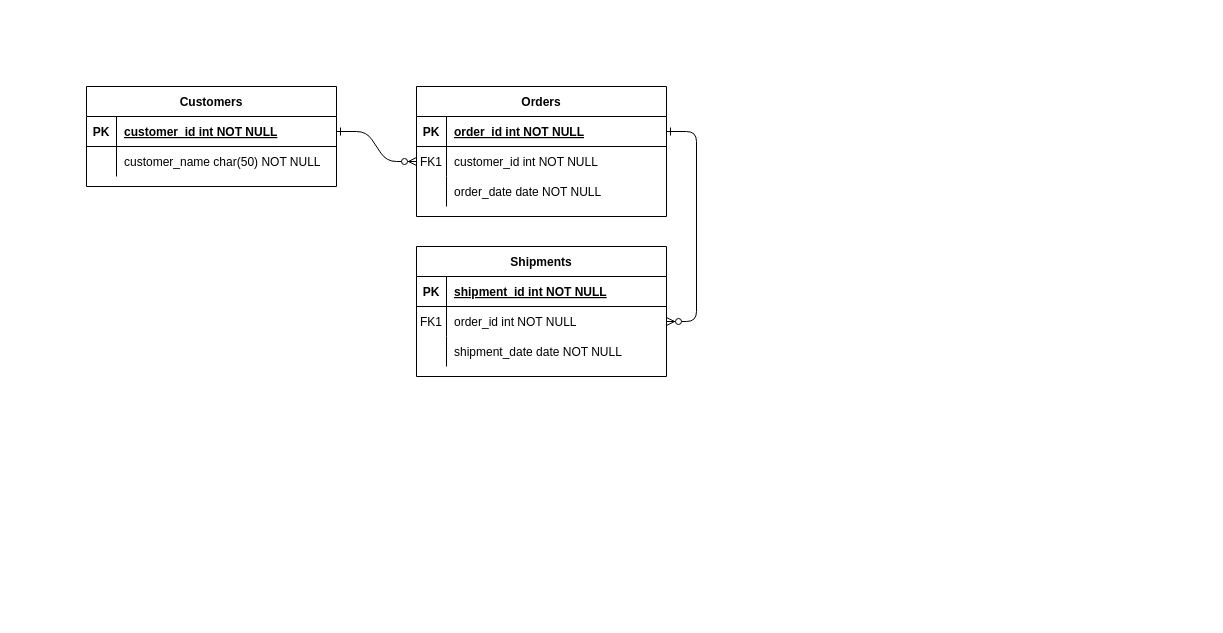
Above: er-diagram.drawio in shobhitchittora/habit-tracker (draw.io), before the change. Source tidied: cells renumbered, new cells numbered last; positions are measured from the earlier drawing's top-left corner, leaving out a move shared by most shapes. Both pictures are drawn from the tidied source at 100%, with x=0, y=0 at pixel (86, 86).
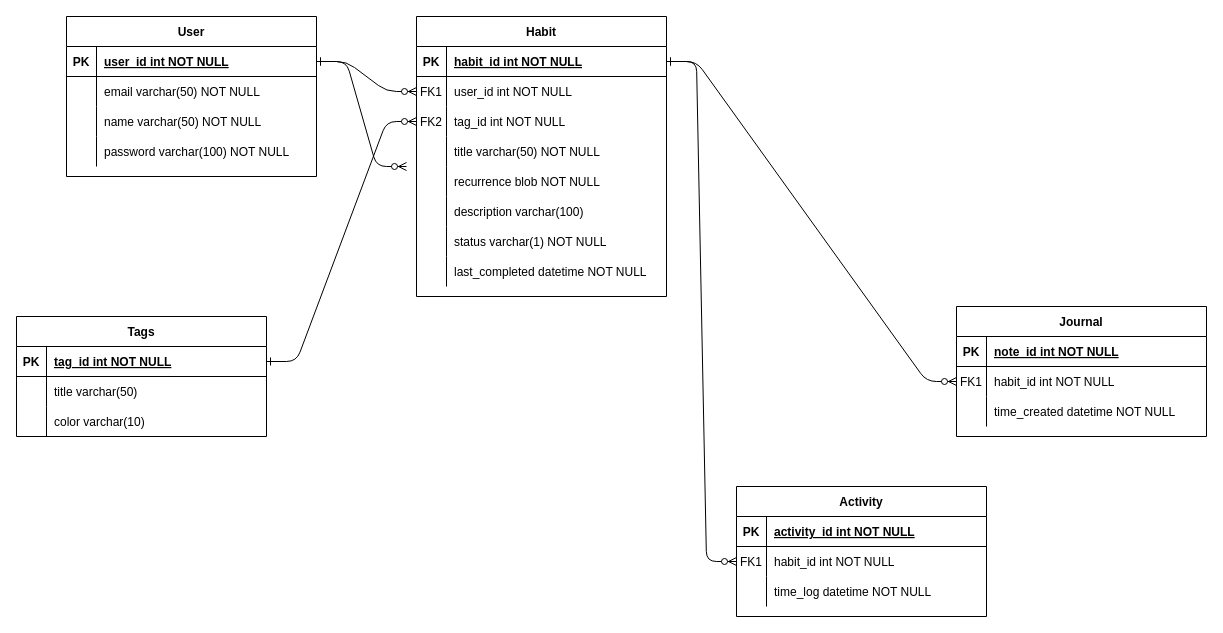
The same diagram, later.

The change refers to these unchanged cells:
```xml
<mxCell id="5" style="shape=partialRectangle;fillColor=none;points=[[0,0.5],[1,0.5]];portConstraint=eastwest;top=0;left=0;right=0;bottom=1;" parent="4" vertex="1">
  <mxGeometry y="30" width="250" height="30" as="geometry" />
</mxCell>
<mxCell id="15" style="shape=partialRectangle;fillColor=none;top=0;left=0;right=0;bottom=1;" parent="14" vertex="1">
  <mxGeometry y="30" width="250" height="30" as="geometry" />
</mxCell>
<mxCell id="18" style="shape=partialRectangle;fillColor=none;points=[[0,0.5],[1,0.5]];portConstraint=eastwest;top=0;left=0;right=0;bottom=0;" parent="14" vertex="1">
  <mxGeometry y="60" width="250" height="30" as="geometry" />
</mxCell>
<mxCell id="21" style="shape=partialRectangle;fillColor=none;top=0;left=0;right=0;bottom=0;" parent="14" vertex="1">
  <mxGeometry y="90" width="250" height="30" as="geometry" />
</mxCell>
<mxCell id="25" style="shape=partialRectangle;fillColor=none;points=[[0,0.5],[1,0.5]];portConstraint=eastwest;top=0;left=0;right=0;bottom=1;" parent="24" vertex="1">
  <mxGeometry y="30" width="250" height="30" as="geometry" />
</mxCell>
<mxCell id="28" style="shape=partialRectangle;fillColor=none;top=0;left=0;right=0;bottom=0;" parent="24" vertex="1">
  <mxGeometry y="60" width="250" height="30" as="geometry" />
</mxCell>
```

What changed in the source:
```diff
@@
-    <mxCell id="4" value="Orders" style="shape=table;startSize=30;childLayout=tableLayout;rowLines=0;fontStyle=1;align=center;" parent="1" vertex="1">
-      <mxGeometry x="330" width="250" height="130" as="geometry" />
+    <mxCell id="4" value="Habit" style="shape=table;startSize=30;childLayout=tableLayout;rowLines=0;fontStyle=1;align=center;" parent="1" vertex="1">
+      <mxGeometry x="330" y="-70" width="250" height="280" as="geometry" />
     </mxCell>
@@
-    <mxCell id="7" value="order_id int NOT NULL " style="shape=partialRectangle;overflow=hidden;fillColor=none;top=0;left=0;bottom=0;right=0;align=left;spacingLeft=6;fontStyle=5;" parent="5" vertex="1">
+    <mxCell id="7" value="habit_id int NOT NULL " style="shape=partialRectangle;overflow=hidden;fillColor=none;top=0;left=0;bottom=0;right=0;align=left;spacingLeft=6;fontStyle=5;" parent="5" vertex="1">
       <mxGeometry x="30" width="220" height="30" as="geometry" />
     </mxCell>
+    <mxCell id="31" style="shape=partialRectangle;fillColor=none;points=[[0,0.5],[1,0.5]];portConstraint=eastwest;top=0;left=0;right=0;bottom=0;" parent="4" vertex="1">
+      <mxGeometry y="60" width="250" height="30" as="geometry" />
+    </mxCell>
+    <mxCell id="32" value="FK1" style="shape=partialRectangle;overflow=hidden;fillColor=none;top=0;left=0;bottom=0;right=0;" parent="31" vertex="1">
+      <mxGeometry width="30" height="30" as="geometry" />
+    </mxCell>
+    <mxCell id="33" value="user_id int NOT NULL" style="shape=partialRectangle;overflow=hidden;fillColor=none;top=0;left=0;bottom=0;right=0;align=left;spacingLeft=6;" parent="31" vertex="1">
+      <mxGeometry x="30" width="220" height="30" as="geometry" />
+    </mxCell>
     <mxCell id="8" style="shape=partialRectangle;fillColor=none;points=[[0,0.5],[1,0.5]];portConstraint=eastwest;top=0;left=0;right=0;bottom=0;" parent="4" vertex="1">
-      <mxGeometry y="60" width="250" height="30" as="geometry" />
+      <mxGeometry y="90" width="250" height="30" as="geometry" />
     </mxCell>
-    <mxCell id="9" value="FK1" style="shape=partialRectangle;overflow=hidden;fillColor=none;top=0;left=0;bottom=0;right=0;" parent="8" vertex="1">
+    <mxCell id="9" value="FK2" style="shape=partialRectangle;overflow=hidden;fillColor=none;top=0;left=0;bottom=0;right=0;" parent="8" vertex="1">
       <mxGeometry width="30" height="30" as="geometry" />
     </mxCell>
-    <mxCell id="10" value="customer_id int NOT NULL" style="shape=partialRectangle;overflow=hidden;fillColor=none;top=0;left=0;bottom=0;right=0;align=left;spacingLeft=6;" parent="8" vertex="1">
+    <mxCell id="10" value="tag_id int NOT NULL" style="shape=partialRectangle;overflow=hidden;fillColor=none;top=0;left=0;bottom=0;right=0;align=left;spacingLeft=6;" parent="8" vertex="1">
       <mxGeometry x="30" width="220" height="30" as="geometry" />
     </mxCell>
     <mxCell id="11" style="shape=partialRectangle;fillColor=none;top=0;left=0;right=0;bottom=0;" parent="4" vertex="1">
-      <mxGeometry y="90" width="250" height="30" as="geometry" />
+      <mxGeometry y="120" width="250" height="30" as="geometry" />
     </mxCell>
@@
-    <mxCell id="13" value="order_date date NOT NULL" style="shape=partialRectangle;overflow=hidden;fillColor=none;top=0;left=0;bottom=0;right=0;align=left;spacingLeft=6;" parent="11" vertex="1">
+    <mxCell id="13" value="title varchar(50) NOT NULL" style="shape=partialRectangle;overflow=hidden;fillColor=none;top=0;left=0;bottom=0;right=0;align=left;spacingLeft=6;" parent="11" vertex="1">
       <mxGeometry x="30" width="220" height="30" as="geometry" />
     </mxCell>
+    <mxCell id="34" style="shape=partialRectangle;fillColor=none;top=0;left=0;right=0;bottom=0;" parent="4" vertex="1">
+      <mxGeometry y="150" width="250" height="30" as="geometry" />
+    </mxCell>
+    <mxCell id="35" style="shape=partialRectangle;overflow=hidden;fillColor=none;top=0;left=0;bottom=0;right=0;" parent="34" vertex="1">
+      <mxGeometry width="30" height="30" as="geometry" />
+    </mxCell>
+    <mxCell id="36" value="recurrence blob NOT NULL" style="shape=partialRectangle;overflow=hidden;fillColor=none;top=0;left=0;bottom=0;right=0;align=left;spacingLeft=6;" parent="34" vertex="1">
+      <mxGeometry x="30" width="220" height="30" as="geometry" />
+    </mxCell>
+    <mxCell id="37" style="shape=partialRectangle;fillColor=none;top=0;left=0;right=0;bottom=0;" parent="4" vertex="1">
+      <mxGeometry y="180" width="250" height="30" as="geometry" />
+    </mxCell>
+    <mxCell id="38" style="shape=partialRectangle;overflow=hidden;fillColor=none;top=0;left=0;bottom=0;right=0;" parent="37" vertex="1">
+      <mxGeometry width="30" height="30" as="geometry" />
+    </mxCell>
+    <mxCell id="39" value="description varchar(100) " style="shape=partialRectangle;overflow=hidden;fillColor=none;top=0;left=0;bottom=0;right=0;align=left;spacingLeft=6;" parent="37" vertex="1">
+      <mxGeometry x="30" width="220" height="30" as="geometry" />
+    </mxCell>
+    <mxCell id="40" style="shape=partialRectangle;fillColor=none;top=0;left=0;right=0;bottom=0;" parent="4" vertex="1">
+      <mxGeometry y="210" width="250" height="30" as="geometry" />
+    </mxCell>
+    <mxCell id="41" style="shape=partialRectangle;overflow=hidden;fillColor=none;top=0;left=0;bottom=0;right=0;" parent="40" vertex="1">
+      <mxGeometry width="30" height="30" as="geometry" />
+    </mxCell>
+    <mxCell id="42" value="status varchar(1) NOT NULL" style="shape=partialRectangle;overflow=hidden;fillColor=none;top=0;left=0;bottom=0;right=0;align=left;spacingLeft=6;" parent="40" vertex="1">
+      <mxGeometry x="30" width="220" height="30" as="geometry" />
+    </mxCell>
+    <mxCell id="43" style="shape=partialRectangle;fillColor=none;top=0;left=0;right=0;bottom=0;" parent="4" vertex="1">
+      <mxGeometry y="240" width="250" height="30" as="geometry" />
+    </mxCell>
+    <mxCell id="44" style="shape=partialRectangle;overflow=hidden;fillColor=none;top=0;left=0;bottom=0;right=0;" parent="43" vertex="1">
+      <mxGeometry width="30" height="30" as="geometry" />
+    </mxCell>
+    <mxCell id="45" value="last_completed datetime NOT NULL" style="shape=partialRectangle;overflow=hidden;fillColor=none;top=0;left=0;bottom=0;right=0;align=left;spacingLeft=6;" parent="43" vertex="1">
+      <mxGeometry x="30" width="220" height="30" as="geometry" />
+    </mxCell>
-    <mxCell id="14" value="Shipments" style="shape=table;startSize=30;childLayout=tableLayout;rowLines=0;fontStyle=1;align=center;" parent="1" vertex="1">
-      <mxGeometry x="330" y="160" width="250" height="130" as="geometry" />
+    <mxCell id="14" value="Journal" style="shape=table;startSize=30;childLayout=tableLayout;rowLines=0;fontStyle=1;align=center;" parent="1" vertex="1">
+      <mxGeometry x="870" y="220" width="250" height="130" as="geometry" />
     </mxCell>
@@
-    <mxCell id="17" value="shipment_id int NOT NULL " style="shape=partialRectangle;overflow=hidden;fillColor=none;top=0;left=0;bottom=0;right=0;align=left;spacingLeft=6;fontStyle=5;" parent="15" vertex="1">
+    <mxCell id="17" value="note_id int NOT NULL" style="shape=partialRectangle;overflow=hidden;fillColor=none;top=0;left=0;bottom=0;right=0;align=left;spacingLeft=6;fontStyle=5;" parent="15" vertex="1">
       <mxGeometry x="30" width="220" height="30" as="geometry" />
     </mxCell>
@@
-    <mxCell id="20" value="order_id int NOT NULL" style="shape=partialRectangle;overflow=hidden;fillColor=none;top=0;left=0;bottom=0;right=0;align=left;spacingLeft=6;" parent="18" vertex="1">
+    <mxCell id="20" value="habit_id int NOT NULL" style="shape=partialRectangle;overflow=hidden;fillColor=none;top=0;left=0;bottom=0;right=0;align=left;spacingLeft=6;" parent="18" vertex="1">
       <mxGeometry x="30" width="220" height="30" as="geometry" />
     </mxCell>
@@
-    <mxCell id="23" value="shipment_date date NOT NULL" style="shape=partialRectangle;overflow=hidden;fillColor=none;top=0;left=0;bottom=0;right=0;align=left;spacingLeft=6;" parent="21" vertex="1">
+    <mxCell id="23" value="time_created datetime NOT NULL" style="shape=partialRectangle;overflow=hidden;fillColor=none;top=0;left=0;bottom=0;right=0;align=left;spacingLeft=6;" parent="21" vertex="1">
       <mxGeometry x="30" width="220" height="30" as="geometry" />
     </mxCell>
-    <mxCell id="24" value="Customers" style="shape=table;startSize=30;childLayout=tableLayout;rowLines=0;fontStyle=1;align=center;" parent="1" vertex="1">
-      <mxGeometry width="250" height="100" as="geometry" />
+    <mxCell id="24" value="Tags" style="shape=table;startSize=30;childLayout=tableLayout;rowLines=0;fontStyle=1;align=center;" parent="1" vertex="1">
+      <mxGeometry x="-70" y="230" width="250" height="120" as="geometry" />
     </mxCell>
@@
-    <mxCell id="27" value="customer_id int NOT NULL " style="shape=partialRectangle;overflow=hidden;fillColor=none;top=0;left=0;bottom=0;right=0;align=left;spacingLeft=6;fontStyle=5;" parent="25" vertex="1">
+    <mxCell id="27" value="tag_id int NOT NULL " style="shape=partialRectangle;overflow=hidden;fillColor=none;top=0;left=0;bottom=0;right=0;align=left;spacingLeft=6;fontStyle=5;" parent="25" vertex="1">
       <mxGeometry x="30" width="220" height="30" as="geometry" />
     </mxCell>
@@
-    <mxCell id="30" value="customer_name char(50) NOT NULL" style="shape=partialRectangle;overflow=hidden;fillColor=none;top=0;left=0;bottom=0;right=0;align=left;spacingLeft=6;" parent="28" vertex="1">
+    <mxCell id="30" value="title varchar(50)" style="shape=partialRectangle;overflow=hidden;fillColor=none;top=0;left=0;bottom=0;right=0;align=left;spacingLeft=6;" parent="28" vertex="1">
       <mxGeometry x="30" width="220" height="30" as="geometry" />
     </mxCell>
+    <mxCell id="46" style="shape=partialRectangle;fillColor=none;top=0;left=0;right=0;bottom=0;" parent="24" vertex="1">
+      <mxGeometry y="90" width="250" height="30" as="geometry" />
+    </mxCell>
+    <mxCell id="47" style="shape=partialRectangle;overflow=hidden;fillColor=none;top=0;left=0;bottom=0;right=0;" parent="46" vertex="1">
+      <mxGeometry width="30" height="30" as="geometry" />
+    </mxCell>
+    <mxCell id="48" value="color varchar(10)" style="shape=partialRectangle;overflow=hidden;fillColor=none;top=0;left=0;bottom=0;right=0;align=left;spacingLeft=6;" parent="46" vertex="1">
+      <mxGeometry x="30" width="220" height="30" as="geometry" />
+    </mxCell>
+    <mxCell id="49" value="User" style="shape=table;startSize=30;childLayout=tableLayout;rowLines=0;fontStyle=1;align=center;" parent="1" vertex="1">
+      <mxGeometry x="-20" y="-70" width="250" height="160" as="geometry" />
+    </mxCell>
+    <mxCell id="50" style="shape=partialRectangle;fillColor=none;points=[[0,0.5],[1,0.5]];portConstraint=eastwest;top=0;left=0;right=0;bottom=1;" parent="49" vertex="1">
+      <mxGeometry y="30" width="250" height="30" as="geometry" />
+    </mxCell>
+    <mxCell id="51" value="PK" style="shape=partialRectangle;overflow=hidden;fillColor=none;top=0;left=0;bottom=0;right=0;fontStyle=1;" parent="50" vertex="1">
+      <mxGeometry width="30" height="30" as="geometry" />
+    </mxCell>
+    <mxCell id="52" value="user_id int NOT NULL" style="shape=partialRectangle;overflow=hidden;fillColor=none;top=0;left=0;bottom=0;right=0;align=left;spacingLeft=6;fontStyle=5;" parent="50" vertex="1">
+      <mxGeometry x="30" width="220" height="30" as="geometry" />
+    </mxCell>
+    <mxCell id="53" style="shape=partialRectangle;fillColor=none;top=0;left=0;right=0;bottom=0;" parent="49" vertex="1">
+      <mxGeometry y="60" width="250" height="30" as="geometry" />
+    </mxCell>
+    <mxCell id="54" style="shape=partialRectangle;overflow=hidden;fillColor=none;top=0;left=0;bottom=0;right=0;" parent="53" vertex="1">
+      <mxGeometry width="30" height="30" as="geometry" />
+    </mxCell>
+    <mxCell id="55" value="email varchar(50) NOT NULL" style="shape=partialRectangle;overflow=hidden;fillColor=none;top=0;left=0;bottom=0;right=0;align=left;spacingLeft=6;" parent="53" vertex="1">
+      <mxGeometry x="30" width="220" height="30" as="geometry" />
+    </mxCell>
+    <mxCell id="56" style="shape=partialRectangle;fillColor=none;top=0;left=0;right=0;bottom=0;" parent="49" vertex="1">
+      <mxGeometry y="90" width="250" height="30" as="geometry" />
+    </mxCell>
+    <mxCell id="57" style="shape=partialRectangle;overflow=hidden;fillColor=none;top=0;left=0;bottom=0;right=0;" parent="56" vertex="1">
+      <mxGeometry width="30" height="30" as="geometry" />
+    </mxCell>
+    <mxCell id="58" value="name varchar(50) NOT NULL" style="shape=partialRectangle;overflow=hidden;fillColor=none;top=0;left=0;bottom=0;right=0;align=left;spacingLeft=6;" parent="56" vertex="1">
+      <mxGeometry x="30" width="220" height="30" as="geometry" />
+    </mxCell>
+    <mxCell id="59" style="shape=partialRectangle;fillColor=none;top=0;left=0;right=0;bottom=0;" parent="49" vertex="1">
+      <mxGeometry y="120" width="250" height="30" as="geometry" />
+    </mxCell>
+    <mxCell id="60" style="shape=partialRectangle;overflow=hidden;fillColor=none;top=0;left=0;bottom=0;right=0;" parent="59" vertex="1">
+      <mxGeometry width="30" height="30" as="geometry" />
+    </mxCell>
+    <mxCell id="61" value="password varchar(100) NOT NULL " style="shape=partialRectangle;overflow=hidden;fillColor=none;top=0;left=0;bottom=0;right=0;align=left;spacingLeft=6;" parent="59" vertex="1">
+      <mxGeometry x="30" width="220" height="30" as="geometry" />
+    </mxCell>
+    <mxCell id="62" value="Activity" style="shape=table;startSize=30;childLayout=tableLayout;rowLines=0;fontStyle=1;align=center;" parent="1" vertex="1">
+      <mxGeometry x="650" y="400" width="250" height="130" as="geometry" />
+    </mxCell>
+    <mxCell id="63" style="shape=partialRectangle;fillColor=none;top=0;left=0;right=0;bottom=1;" parent="62" vertex="1">
+      <mxGeometry y="30" width="250" height="30" as="geometry" />
+    </mxCell>
+    <mxCell id="64" value="PK" style="shape=partialRectangle;overflow=hidden;fillColor=none;top=0;left=0;bottom=0;right=0;fontStyle=1;" parent="63" vertex="1">
+      <mxGeometry width="30" height="30" as="geometry" />
+    </mxCell>
+    <mxCell id="65" value="activity_id int NOT NULL" style="shape=partialRectangle;overflow=hidden;fillColor=none;top=0;left=0;bottom=0;right=0;align=left;spacingLeft=6;fontStyle=5;" parent="63" vertex="1">
+      <mxGeometry x="30" width="220" height="30" as="geometry" />
+    </mxCell>
+    <mxCell id="66" style="shape=partialRectangle;fillColor=none;points=[[0,0.5],[1,0.5]];portConstraint=eastwest;top=0;left=0;right=0;bottom=0;" parent="62" vertex="1">
+      <mxGeometry y="60" width="250" height="30" as="geometry" />
+    </mxCell>
+    <mxCell id="67" value="FK1" style="shape=partialRectangle;overflow=hidden;fillColor=none;top=0;left=0;bottom=0;right=0;" parent="66" vertex="1">
+      <mxGeometry width="30" height="30" as="geometry" />
+    </mxCell>
+    <mxCell id="68" value="habit_id int NOT NULL" style="shape=partialRectangle;overflow=hidden;fillColor=none;top=0;left=0;bottom=0;right=0;align=left;spacingLeft=6;" parent="66" vertex="1">
+      <mxGeometry x="30" width="220" height="30" as="geometry" />
+    </mxCell>
+    <mxCell id="69" style="shape=partialRectangle;fillColor=none;top=0;left=0;right=0;bottom=0;" parent="62" vertex="1">
+      <mxGeometry y="90" width="250" height="30" as="geometry" />
+    </mxCell>
+    <mxCell id="70" style="shape=partialRectangle;overflow=hidden;fillColor=none;top=0;left=0;bottom=0;right=0;" parent="69" vertex="1">
+      <mxGeometry width="30" height="30" as="geometry" />
+    </mxCell>
+    <mxCell id="71" value="time_log datetime NOT NULL" style="shape=partialRectangle;overflow=hidden;fillColor=none;top=0;left=0;bottom=0;right=0;align=left;spacingLeft=6;" parent="69" vertex="1">
+      <mxGeometry x="30" width="220" height="30" as="geometry" />
+    </mxCell>
+    <mxCell id="72" style="edgeStyle=entityRelationEdgeStyle;endArrow=ERzeroToMany;startArrow=ERone;endFill=1;startFill=0;entryX=0;entryY=0.5;entryDx=0;entryDy=0;exitX=1;exitY=0.5;exitDx=0;exitDy=0;" parent="1" edge="1" source="50">
+      <mxGeometry relative="1" as="geometry">
+        <mxPoint x="320" y="80" as="targetPoint" />
+      </mxGeometry>
+    </mxCell>
+    <mxCell id="73" style="edgeStyle=entityRelationEdgeStyle;endArrow=ERzeroToMany;startArrow=ERone;endFill=1;startFill=0;entryX=0;entryY=0.5;entryDx=0;entryDy=0;exitX=1;exitY=0.5;exitDx=0;exitDy=0;" parent="1" edge="1" source="5" target="66">
+      <mxGeometry relative="1" as="geometry" />
+    </mxCell>
+    <mxCell id="74" style="edgeStyle=entityRelationEdgeStyle;endArrow=ERzeroToMany;startArrow=ERone;endFill=1;startFill=0;exitX=1;exitY=0.5;exitDx=0;exitDy=0;entryX=0;entryY=0.5;entryDx=0;entryDy=0;" parent="1" edge="1" source="50" target="31">
+      <mxGeometry relative="1" as="geometry" />
+    </mxCell>
```
